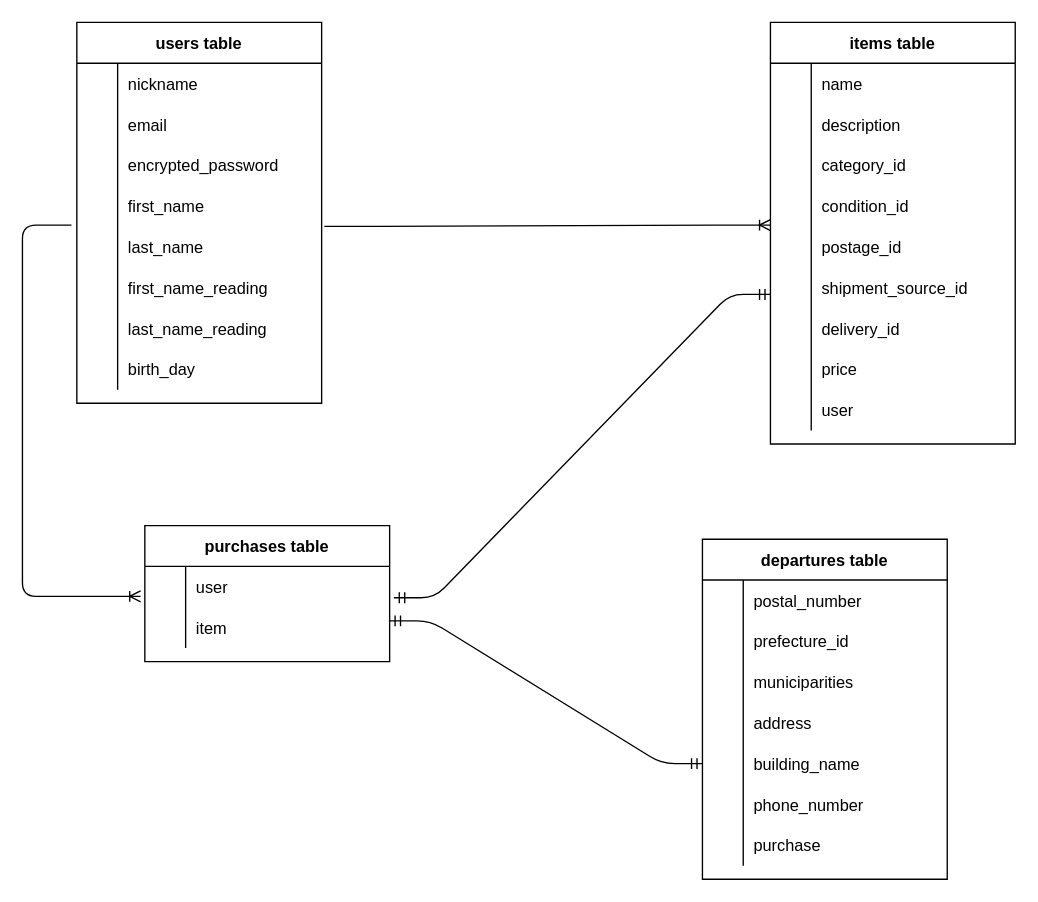
Earlier version of the draw.io diagram furima.dio (keishihashimoto/furima-36372). Source tidied: cells renumbered, new cells numbered last; positions are measured from the earlier drawing's top-left corner, leaving out a move shared by most shapes. Both pictures are drawn from the tidied source at 136%, with x=0, y=0 at pixel (22, 22).
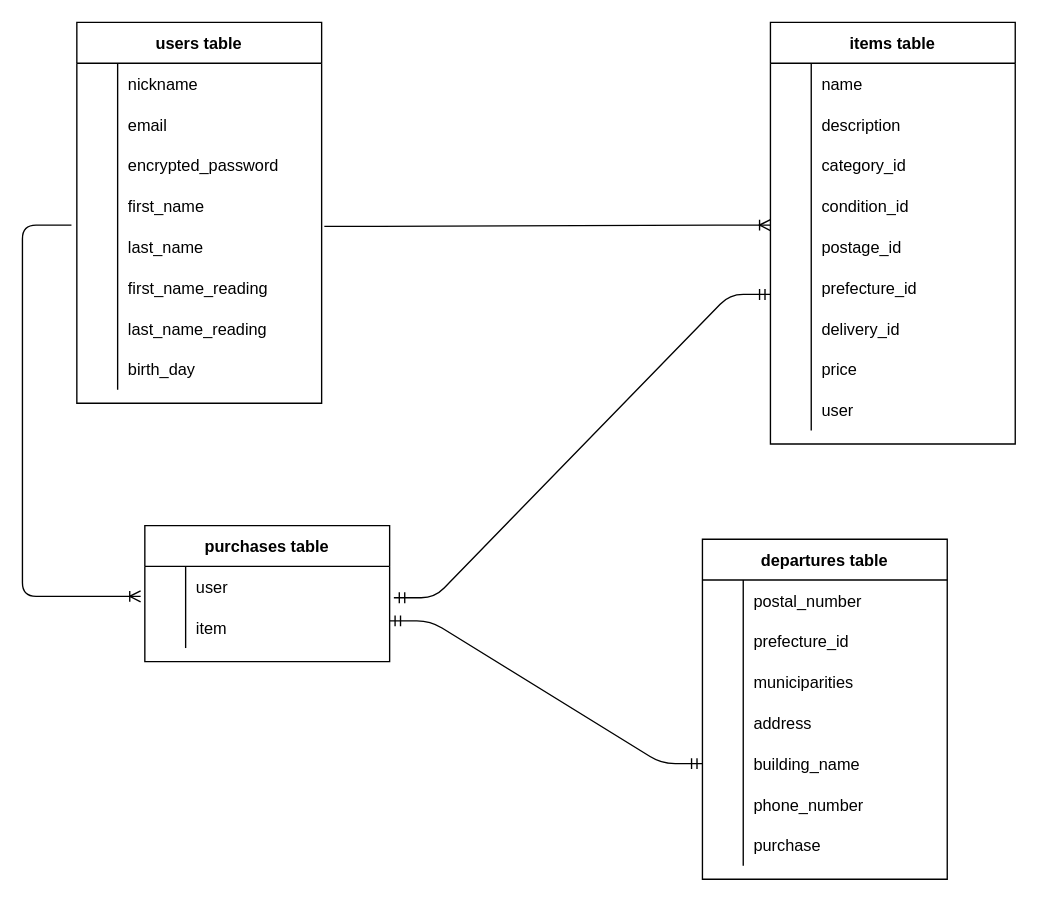
Above is the later version.

Commit message (it also covers changes not shown here):
不要なassociationの削除

The change refers to these unchanged cells:
```xml
<mxCell id="18" style="shape=partialRectangle;fillColor=none;top=0;left=0;bottom=0;right=0;" parent="2" vertex="1">
  <mxGeometry y="180" width="180" height="30" as="geometry" />
</mxCell>
```

Diff of the diagram source:
```diff
@@
-    <mxCell id="20" value="shipment_source_id" style="shape=partialRectangle;fillColor=none;top=0;left=0;bottom=0;right=0;align=left;spacingLeft=6;overflow=hidden;" parent="18" vertex="1">
+    <mxCell id="20" value="prefecture_id" style="shape=partialRectangle;fillColor=none;top=0;left=0;bottom=0;right=0;align=left;spacingLeft=6;overflow=hidden;" parent="18" vertex="1">
       <mxGeometry x="30" width="150" height="30" as="geometry" />
     </mxCell>
```
